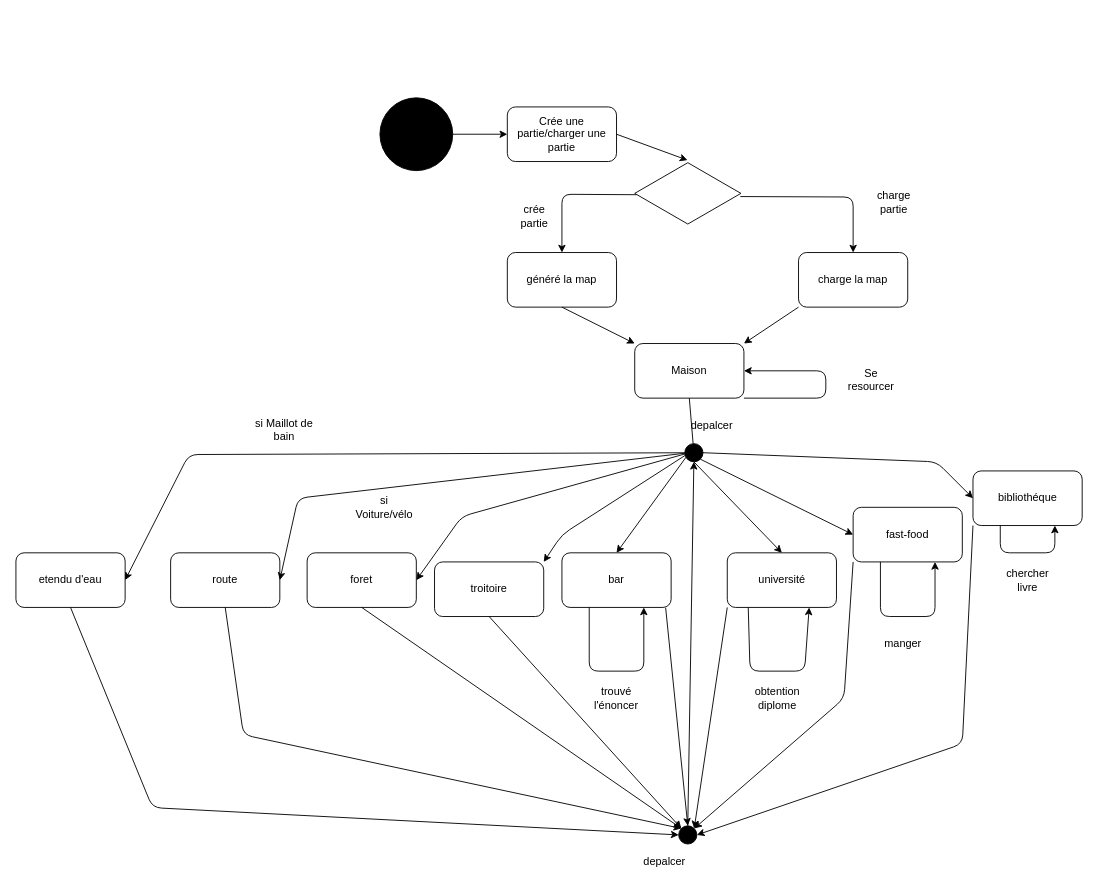
Before: transition.drawio in Viringe/projetL3UML-Baudoin-Gries-EL_IDRISSI_EL_BOUZIDI-2020, a draw.io diagram. Source tidied: cells renumbered, new cells numbered last; positions are measured from the earlier drawing's top-left corner, leaving out a move shared by most shapes. Both pictures are drawn from the tidied source at 91%, with x=0, y=0 at pixel (15, 97).
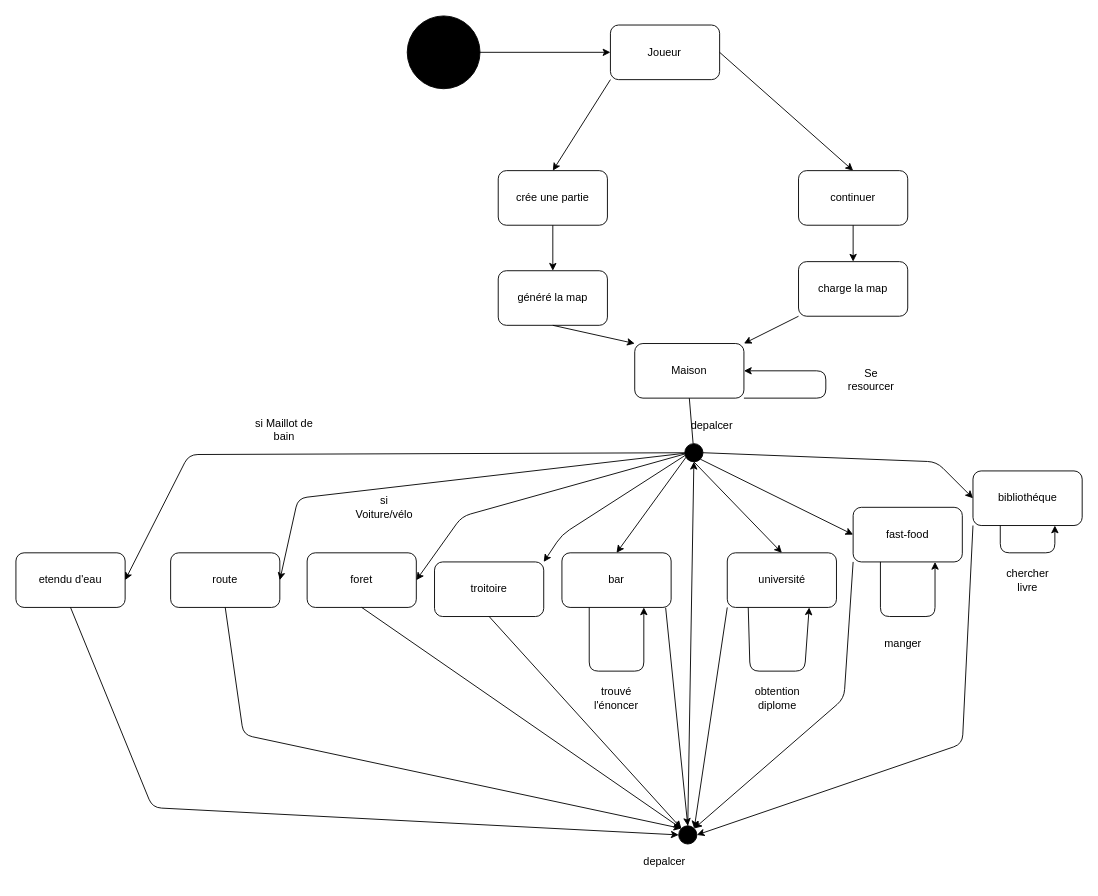
After the change.

The edit, as a diff of the source:
```diff
@@
     <mxCell id="2" style="ellipse;whiteSpace=wrap;html=1;fillColor=#000000;" parent="1" vertex="1">
-      <mxGeometry x="400" width="80" height="80" as="geometry" />
+      <mxGeometry x="430" y="-90" width="80" height="80" as="geometry" />
     </mxCell>
-    <mxCell id="3" value="Crée une partie/charger une partie" style="rounded=1;whiteSpace=wrap;html=1;" parent="1" vertex="1">
-      <mxGeometry x="540" y="10" width="120" height="60" as="geometry" />
+    <mxCell id="3" value="Joueur" style="rounded=1;whiteSpace=wrap;html=1;" parent="1" vertex="1">
+      <mxGeometry x="653.3" y="-80" width="120" height="60" as="geometry" />
     </mxCell>
@@
-    <mxCell id="5" style="html=1;whiteSpace=wrap;shape=isoRectangle;fillColor=#FFFFFF;" parent="1" vertex="1">
-      <mxGeometry x="680" y="70" width="116.7" height="70" as="geometry" />
-    </mxCell>
-    <mxCell id="6" style="endArrow=classic;html=1;exitX=1;exitY=0.5;exitDx=0;exitDy=0;entryX=0.497;entryY=-0.021;entryDx=0;entryDy=0;entryPerimeter=0;" parent="1" edge="1" source="3" target="5">
+    <mxCell id="6" style="endArrow=classic;html=1;exitX=1;exitY=0.5;exitDx=0;exitDy=0;entryX=0.5;entryY=0;entryDx=0;entryDy=0;" parent="1" edge="1" source="3" target="60">
       <mxGeometry relative="1" as="geometry" />
     </mxCell>
     <mxCell id="7" value="charge la map" style="rounded=1;whiteSpace=wrap;html=1;fillColor=#FFFFFF;" parent="1" vertex="1">
-      <mxGeometry x="860" y="170" width="120" height="60" as="geometry" />
+      <mxGeometry x="860" y="180" width="120" height="60" as="geometry" />
     </mxCell>
     <mxCell id="8" value="généré la map" style="rounded=1;whiteSpace=wrap;html=1;fillColor=#FFFFFF;" parent="1" vertex="1">
-      <mxGeometry x="540" y="170" width="120" height="60" as="geometry" />
+      <mxGeometry x="530" y="190" width="120" height="60" as="geometry" />
     </mxCell>
-    <mxCell id="9" style="endArrow=classic;html=1;entryX=0.5;entryY=0;entryDx=0;entryDy=0;exitX=0.994;exitY=0.55;exitDx=0;exitDy=0;exitPerimeter=0;" parent="1" edge="1" source="5" target="7">
-      <mxGeometry relative="1" as="geometry">
-        <Array as="points">
-          <mxPoint x="920" y="109" />
-        </Array>
-      </mxGeometry>
-    </mxCell>
-    <mxCell id="10" style="endArrow=classic;html=1;exitX=0.017;exitY=0.521;exitDx=0;exitDy=0;exitPerimeter=0;entryX=0.5;entryY=0;entryDx=0;entryDy=0;" parent="1" edge="1" source="5" target="8">
-      <mxGeometry relative="1" as="geometry">
-        <Array as="points">
-          <mxPoint x="600" y="106" />
-        </Array>
-      </mxGeometry>
-    </mxCell>
-    <mxCell id="11" value="crée partie" style="text;html=1;strokeColor=none;fillColor=none;align=center;verticalAlign=middle;whiteSpace=wrap;rounded=0;" parent="1" vertex="1">
-      <mxGeometry x="550" y="120" width="40" height="20" as="geometry" />
-    </mxCell>
-    <mxCell id="12" value="charge partie" style="text;html=1;strokeColor=none;fillColor=none;align=center;verticalAlign=middle;whiteSpace=wrap;rounded=0;" parent="1" vertex="1">
-      <mxGeometry x="930" y="100" width="70" height="30" as="geometry" />
-    </mxCell>
@@
+    <mxCell id="59" value="crée une partie" style="rounded=1;whiteSpace=wrap;html=1;fillColor=#FFFFFF;" parent="1" vertex="1">
+      <mxGeometry x="530" y="80" width="120" height="60" as="geometry" />
+    </mxCell>
+    <mxCell id="60" value="continuer" style="rounded=1;whiteSpace=wrap;html=1;fillColor=#FFFFFF;" parent="1" vertex="1">
+      <mxGeometry x="860" y="80" width="120" height="60" as="geometry" />
+    </mxCell>
+    <mxCell id="61" style="endArrow=classic;html=1;exitX=0;exitY=1;exitDx=0;exitDy=0;entryX=0.5;entryY=0;entryDx=0;entryDy=0;" parent="1" edge="1" source="3" target="59">
+      <mxGeometry relative="1" as="geometry" />
+    </mxCell>
+    <mxCell id="62" style="endArrow=classic;html=1;entryX=0.5;entryY=0;entryDx=0;entryDy=0;exitX=0.5;exitY=1;exitDx=0;exitDy=0;" parent="1" edge="1" source="59" target="8">
+      <mxGeometry relative="1" as="geometry" />
+    </mxCell>
+    <mxCell id="63" style="endArrow=classic;html=1;entryX=0.5;entryY=0;entryDx=0;entryDy=0;exitX=0.5;exitY=1;exitDx=0;exitDy=0;" parent="1" edge="1" source="60" target="7">
+      <mxGeometry relative="1" as="geometry" />
+    </mxCell>
```
